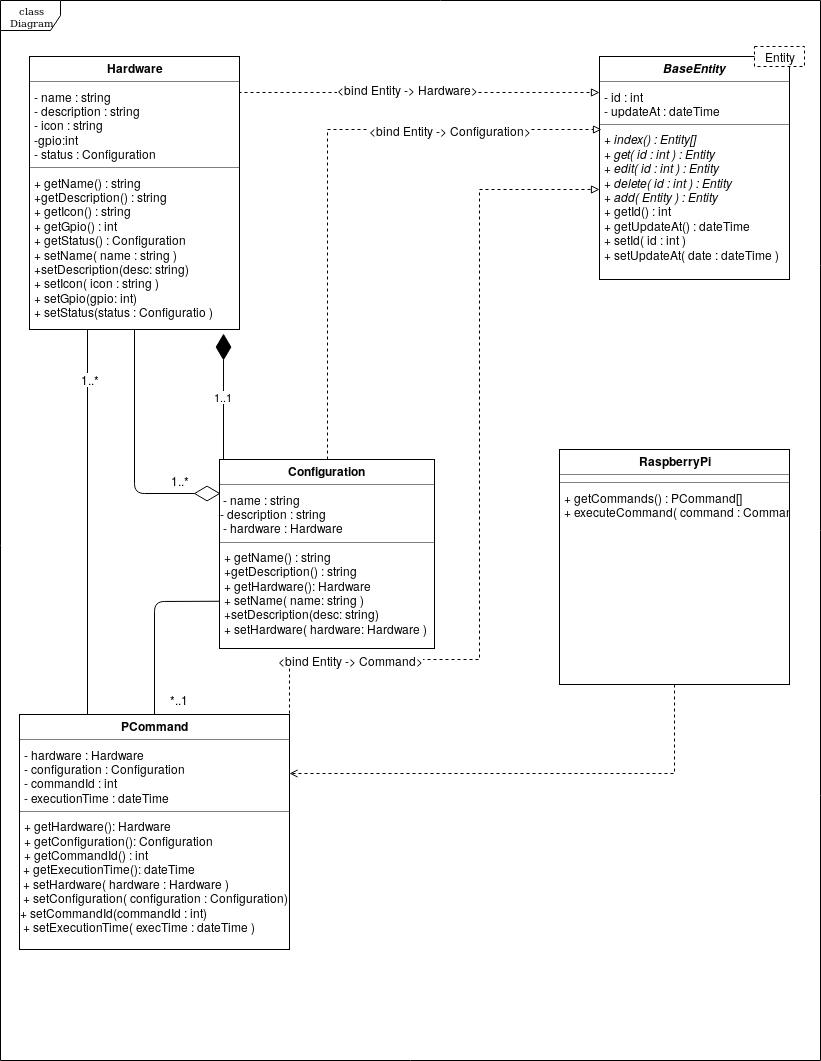
reem-codes/gp keeps this draw.io diagram as img/diagram_class2.png. Above is the earlier version. Source tidied: cells renumbered, new cells last; positions are measured from the earlier drawing's top-left corner, leaving out a move shared by most shapes. Its diagram source:
```xml
<mxGraphModel background="#ffffff">
  <root>
    <mxCell id="0" />
    <mxCell id="1" parent="0" />
    <mxCell id="2" value="class Diagram" style="shape=umlFrame;whiteSpace=wrap;html=1;rounded=0;shadow=0;comic=0;labelBackgroundColor=none;strokeColor=#000000;strokeWidth=1;fillColor=#ffffff;fontFamily=Verdana;fontSize=10;fontColor=#000000;align=center;" parent="1" vertex="1">
      <mxGeometry width="820" height="1060" as="geometry" />
    </mxCell>
    <mxCell id="3" value="&lt;p style=&quot;margin: 0px ; margin-top: 4px ; text-align: center&quot;&gt;&lt;b&gt;&lt;i&gt;BaseEntity&lt;/i&gt;&lt;/b&gt;&lt;/p&gt;&lt;hr size=&quot;1&quot;&gt;&lt;p style=&quot;margin: 0px ; margin-left: 4px&quot;&gt;- id : int&lt;br&gt;- updateAt : dateTime&lt;/p&gt;&lt;hr size=&quot;1&quot;&gt;&lt;p style=&quot;margin: 0px ; margin-left: 4px&quot;&gt;&lt;i&gt;+ index() : Entity[]&lt;br&gt;+ get( id : int ) : Entity&lt;/i&gt;&lt;/p&gt;&lt;p style=&quot;margin: 0px ; margin-left: 4px&quot;&gt;&lt;i&gt;+ edit( id : int ) : Entity&lt;/i&gt;&lt;/p&gt;&lt;p style=&quot;margin: 0px ; margin-left: 4px&quot;&gt;&lt;i&gt;+ delete( id : int ) : Entity&lt;/i&gt;&lt;/p&gt;&lt;p style=&quot;margin: 0px ; margin-left: 4px&quot;&gt;&lt;i&gt;+ add( Entity ) : Entity&lt;/i&gt;&lt;/p&gt;&lt;p style=&quot;margin: 0px ; margin-left: 4px&quot;&gt;+ getId() : int&lt;/p&gt;&lt;p style=&quot;margin: 0px ; margin-left: 4px&quot;&gt;+ getUpdateAt() : dateTime&lt;/p&gt;&lt;p style=&quot;margin: 0px ; margin-left: 4px&quot;&gt;+ setId( id : int )&lt;/p&gt;&lt;p style=&quot;margin: 0px ; margin-left: 4px&quot;&gt;+ setUpdateAt( date : dateTime )&lt;/p&gt;&lt;p style=&quot;margin: 0px ; margin-left: 4px&quot;&gt;&lt;br&gt;&lt;/p&gt;" style="verticalAlign=top;align=left;overflow=fill;fontSize=12;fontFamily=Helvetica;html=1;rounded=0;shadow=0;comic=0;labelBackgroundColor=none;strokeColor=#000000;strokeWidth=1;fillColor=#ffffff;" parent="1" vertex="1">
      <mxGeometry x="599" y="56" width="190" height="223" as="geometry" />
    </mxCell>
    <mxCell id="4" style="edgeStyle=orthogonalEdgeStyle;rounded=0;jettySize=auto;html=1;exitX=1;exitY=0.136;exitDx=0;exitDy=0;endArrow=block;endFill=0;dashed=1;exitPerimeter=0;" parent="1" edge="1" source="6">
      <mxGeometry relative="1" as="geometry">
        <mxPoint x="599" y="92" as="targetPoint" />
        <Array as="points">
          <mxPoint x="239" y="92" />
          <mxPoint x="599" y="92" />
        </Array>
      </mxGeometry>
    </mxCell>
    <mxCell id="5" value="&lt;div&gt;&amp;lt;bind Entity -&amp;gt; Hardware&amp;gt;&lt;/div&gt;" style="text;html=1;align=center;verticalAlign=middle;labelBackgroundColor=#ffffff;" parent="4" vertex="1">
      <mxGeometry x="-0.07" y="4" relative="1" as="geometry" />
    </mxCell>
    <mxCell id="6" value="&lt;p style=&quot;margin: 0px ; margin-top: 4px ; text-align: center&quot;&gt;&lt;b&gt;Hardware&lt;/b&gt;&lt;/p&gt;&lt;hr size=&quot;1&quot;&gt;&lt;p style=&quot;margin: 0px ; margin-left: 4px&quot;&gt;- name : string&lt;/p&gt;&lt;p style=&quot;margin: 0px ; margin-left: 4px&quot;&gt;- description : string&lt;/p&gt;&lt;p style=&quot;margin: 0px ; margin-left: 4px&quot;&gt;- icon : string&lt;/p&gt;&lt;p style=&quot;margin: 0px ; margin-left: 4px&quot;&gt;-gpio:int&lt;br&gt;&lt;/p&gt;&lt;p style=&quot;margin: 0px ; margin-left: 4px&quot;&gt;- status : Configuration&lt;/p&gt;&lt;hr size=&quot;1&quot;&gt;&lt;p style=&quot;margin: 0px ; margin-left: 4px&quot;&gt;+ getName() : string&lt;/p&gt;&lt;p style=&quot;margin: 0px ; margin-left: 4px&quot;&gt;+getDescription() : string&lt;/p&gt;&lt;p style=&quot;margin: 0px ; margin-left: 4px&quot;&gt;+ getIcon() : string&lt;/p&gt;&lt;p style=&quot;margin: 0px ; margin-left: 4px&quot;&gt;+ getGpio() : int&lt;br&gt;&lt;/p&gt;&lt;p style=&quot;margin: 0px ; margin-left: 4px&quot;&gt;+ getStatus() : Configuration&lt;/p&gt;&lt;p style=&quot;margin: 0px ; margin-left: 4px&quot;&gt;+ setName( name : string )&lt;/p&gt;&lt;p style=&quot;margin: 0px ; margin-left: 4px&quot;&gt;+setDescription(desc: string)&lt;/p&gt;&lt;p style=&quot;margin: 0px ; margin-left: 4px&quot;&gt;+ setIcon( icon : string )&lt;/p&gt;&lt;p style=&quot;margin: 0px ; margin-left: 4px&quot;&gt;+ setGpio(gpio: int)&lt;/p&gt;&lt;p style=&quot;margin: 0px ; margin-left: 4px&quot;&gt;+ setStatus(status : Configuratio )&lt;/p&gt;" style="verticalAlign=top;align=left;overflow=fill;fontSize=12;fontFamily=Helvetica;html=1;rounded=0;shadow=0;comic=0;labelBackgroundColor=none;strokeColor=#000000;strokeWidth=1;fillColor=#ffffff;" parent="1" vertex="1">
      <mxGeometry x="29" y="56" width="210" height="273" as="geometry" />
    </mxCell>
    <mxCell id="7" style="edgeStyle=orthogonalEdgeStyle;rounded=0;jettySize=auto;html=1;exitX=0.5;exitY=0;exitDx=0;exitDy=0;endArrow=block;endFill=0;dashed=1;" parent="1" edge="1" source="9">
      <mxGeometry relative="1" as="geometry">
        <mxPoint x="601" y="129" as="targetPoint" />
        <Array as="points">
          <mxPoint x="327" y="129" />
        </Array>
      </mxGeometry>
    </mxCell>
    <mxCell id="8" value="&lt;div&gt;&amp;lt;bind Entity -&amp;gt; Configuration&amp;gt;&lt;/div&gt;" style="text;html=1;align=center;verticalAlign=middle;labelBackgroundColor=#ffffff;" parent="7" vertex="1">
      <mxGeometry x="-0.18" y="-1" relative="1" as="geometry">
        <mxPoint x="121" y="-81" as="offset" />
      </mxGeometry>
    </mxCell>
    <mxCell id="9" value="&lt;p style=&quot;margin: 0px ; margin-top: 4px ; text-align: center&quot;&gt;&lt;b&gt;Configuration&lt;/b&gt;&lt;br&gt;&lt;/p&gt;&lt;hr size=&quot;1&quot;&gt;&lt;div&gt;&amp;nbsp;- name : string&lt;/div&gt;&lt;div&gt;- description : string&lt;br&gt;&lt;/div&gt;&lt;span&gt;&amp;nbsp;- hardware : Hardware&lt;/span&gt;&lt;br&gt;&lt;hr size=&quot;1&quot;&gt;&lt;p style=&quot;margin: 0px ; margin-left: 4px&quot;&gt;+ getName() : string&lt;/p&gt;&lt;p style=&quot;margin: 0px ; margin-left: 4px&quot;&gt;+getDescription() : string&lt;/p&gt;&lt;p style=&quot;margin: 0px ; margin-left: 4px&quot;&gt;+ getHardware(): Hardware&lt;/p&gt;&lt;p style=&quot;margin: 0px ; margin-left: 4px&quot;&gt;+ setName( name: string )&lt;/p&gt;&lt;p style=&quot;margin: 0px ; margin-left: 4px&quot;&gt;+setDescription(desc: string)&lt;/p&gt;&lt;p style=&quot;margin: 0px ; margin-left: 4px&quot;&gt;+ setHardware( hardware: Hardware )&lt;/p&gt;" style="verticalAlign=top;align=left;overflow=fill;fontSize=12;fontFamily=Helvetica;html=1;rounded=0;shadow=0;comic=0;labelBackgroundColor=none;strokeColor=#000000;strokeWidth=1;fillColor=#ffffff;" parent="1" vertex="1">
      <mxGeometry x="219" y="459" width="215" height="189" as="geometry" />
    </mxCell>
    <mxCell id="10" style="edgeStyle=orthogonalEdgeStyle;rounded=0;jettySize=auto;html=1;exitX=1;exitY=0.25;exitDx=0;exitDy=0;endArrow=block;endFill=0;dashed=1;" parent="1" edge="1" source="12" target="3">
      <mxGeometry relative="1" as="geometry">
        <Array as="points">
          <mxPoint x="289" y="659" />
          <mxPoint x="479" y="659" />
          <mxPoint x="479" y="189" />
        </Array>
      </mxGeometry>
    </mxCell>
    <mxCell id="11" value="&lt;div&gt;&amp;lt;bind Entity -&amp;gt; Command&amp;gt;&lt;/div&gt;" style="text;html=1;align=center;verticalAlign=middle;labelBackgroundColor=#ffffff;" parent="10" vertex="1">
      <mxGeometry x="-0.41" y="1" relative="1" as="geometry">
        <mxPoint x="-87" y="1" as="offset" />
      </mxGeometry>
    </mxCell>
    <mxCell id="12" value="&lt;p style=&quot;margin: 0px ; margin-top: 4px ; text-align: center&quot;&gt;&lt;b&gt;PCommand&lt;/b&gt;&lt;/p&gt;&lt;hr size=&quot;1&quot;&gt;&lt;p style=&quot;margin: 0px ; margin-left: 4px&quot;&gt;- hardware : Hardware&lt;br&gt;- configuration : Configuration&lt;/p&gt;&lt;p style=&quot;margin: 0px ; margin-left: 4px&quot;&gt;- commandId : int&lt;/p&gt;&lt;p style=&quot;margin: 0px ; margin-left: 4px&quot;&gt;- executionTime : dateTime&lt;br&gt;&lt;/p&gt;&lt;hr size=&quot;1&quot;&gt;&lt;p style=&quot;margin: 0px ; margin-left: 4px&quot;&gt;+ getHardware&lt;span&gt;(): Hardware&lt;/span&gt;&lt;/p&gt;&lt;p style=&quot;margin: 0px ; margin-left: 4px&quot;&gt;+ getConfiguration(): Configuration&lt;/p&gt;&lt;p style=&quot;margin: 0px ; margin-left: 4px&quot;&gt;+ getCommandId() : int&lt;br&gt;&lt;/p&gt;&amp;nbsp;+ getExecutionTime(): dateTime&lt;br&gt;&amp;nbsp;+ setHardware( hardware : Hardware )&lt;br&gt;&lt;div&gt;&amp;nbsp;+ setConfiguration( configuration : Configuration)&lt;/div&gt;&lt;div&gt;+ setCommandId(commandId : int)&lt;br&gt;&lt;/div&gt;&amp;nbsp;+ setExecutionTime( execTime : dateTime )" style="verticalAlign=top;align=left;overflow=fill;fontSize=12;fontFamily=Helvetica;html=1;rounded=0;shadow=0;comic=0;labelBackgroundColor=none;strokeColor=#000000;strokeWidth=1;fillColor=#ffffff;" parent="1" vertex="1">
      <mxGeometry x="19" y="714" width="270" height="235" as="geometry" />
    </mxCell>
    <mxCell id="13" style="endArrow=diamondThin;endFill=0;endSize=24;html=1;exitX=0.5;exitY=1;exitDx=0;exitDy=0;entryX=0.005;entryY=0.18;entryDx=0;entryDy=0;entryPerimeter=0;" parent="1" edge="1" source="6" target="9">
      <mxGeometry relative="1" as="geometry">
        <Array as="points">
          <mxPoint x="134" y="493" />
        </Array>
      </mxGeometry>
    </mxCell>
    <mxCell id="14" value="&lt;div&gt;1..*&lt;/div&gt;" style="text;html=1;align=center;verticalAlign=middle;labelBackgroundColor=#ffffff;" parent="13" vertex="1">
      <mxGeometry x="-0.82" y="4" relative="1" as="geometry">
        <mxPoint x="41" y="127" as="offset" />
      </mxGeometry>
    </mxCell>
    <mxCell id="15" style="endArrow=none;endFill=0;endSize=24;html=1;" parent="1" edge="1">
      <mxGeometry relative="1" as="geometry">
        <mxPoint x="87" y="329" as="sourcePoint" />
        <mxPoint x="87" y="714" as="targetPoint" />
      </mxGeometry>
    </mxCell>
    <mxCell id="16" value="&lt;div&gt;1..*&lt;/div&gt;" style="text;html=1;align=center;verticalAlign=middle;labelBackgroundColor=#ffffff;" parent="15" vertex="1">
      <mxGeometry x="-0.75" y="2" relative="1" as="geometry" />
    </mxCell>
    <mxCell id="17" style="endArrow=none;endFill=0;endSize=24;html=1;exitX=0;exitY=0.75;exitDx=0;exitDy=0;" parent="1" edge="1" source="9" target="12">
      <mxGeometry relative="1" as="geometry">
        <Array as="points">
          <mxPoint x="154" y="601" />
        </Array>
      </mxGeometry>
    </mxCell>
    <mxCell id="18" value="*..1" style="text;html=1;align=center;verticalAlign=middle;labelBackgroundColor=#ffffff;" parent="17" vertex="1">
      <mxGeometry x="-0.47" y="-1" relative="1" as="geometry">
        <mxPoint x="7" y="99" as="offset" />
      </mxGeometry>
    </mxCell>
    <mxCell id="19" value="&lt;div&gt;1..1&lt;/div&gt;" style="endArrow=diamondThin;endFill=1;endSize=24;html=1;entryX=0.924;entryY=1.015;entryDx=0;entryDy=0;entryPerimeter=0;" parent="1" edge="1" target="6">
      <mxGeometry relative="1" as="geometry">
        <mxPoint x="223" y="459" as="sourcePoint" />
      </mxGeometry>
    </mxCell>
    <mxCell id="20" value="Entity" style="rounded=0;whiteSpace=wrap;html=1;dashed=1;" parent="1" vertex="1">
      <mxGeometry x="754" y="46" width="50" height="20" as="geometry" />
    </mxCell>
    <mxCell id="21" style="edgeStyle=orthogonalEdgeStyle;rounded=0;jettySize=auto;html=1;entryX=1;entryY=0.25;entryDx=0;entryDy=0;dashed=1;endArrow=open;endFill=0;" parent="1" edge="1" source="22" target="12">
      <mxGeometry relative="1" as="geometry">
        <Array as="points">
          <mxPoint x="674" y="773" />
        </Array>
      </mxGeometry>
    </mxCell>
    <mxCell id="22" value="&lt;p style=&quot;margin: 0px ; margin-top: 4px ; text-align: center&quot;&gt;&lt;b&gt;RaspberryPi&lt;/b&gt;&lt;/p&gt;&lt;hr size=&quot;1&quot;&gt;&lt;hr size=&quot;1&quot;&gt;&lt;p style=&quot;margin: 0px ; margin-left: 4px&quot;&gt;+ getCommands() : PCommand[]&lt;/p&gt;&lt;p style=&quot;margin: 0px ; margin-left: 4px&quot;&gt;+ executeCommand( command : Command)&lt;br&gt;&lt;/p&gt;" style="verticalAlign=top;align=left;overflow=fill;fontSize=12;fontFamily=Helvetica;html=1;rounded=0;shadow=0;comic=0;labelBackgroundColor=none;strokeColor=#000000;strokeWidth=1;fillColor=#ffffff;" parent="1" vertex="1">
      <mxGeometry x="559" y="449" width="230" height="235" as="geometry" />
    </mxCell>
  </root>
</mxGraphModel>
```
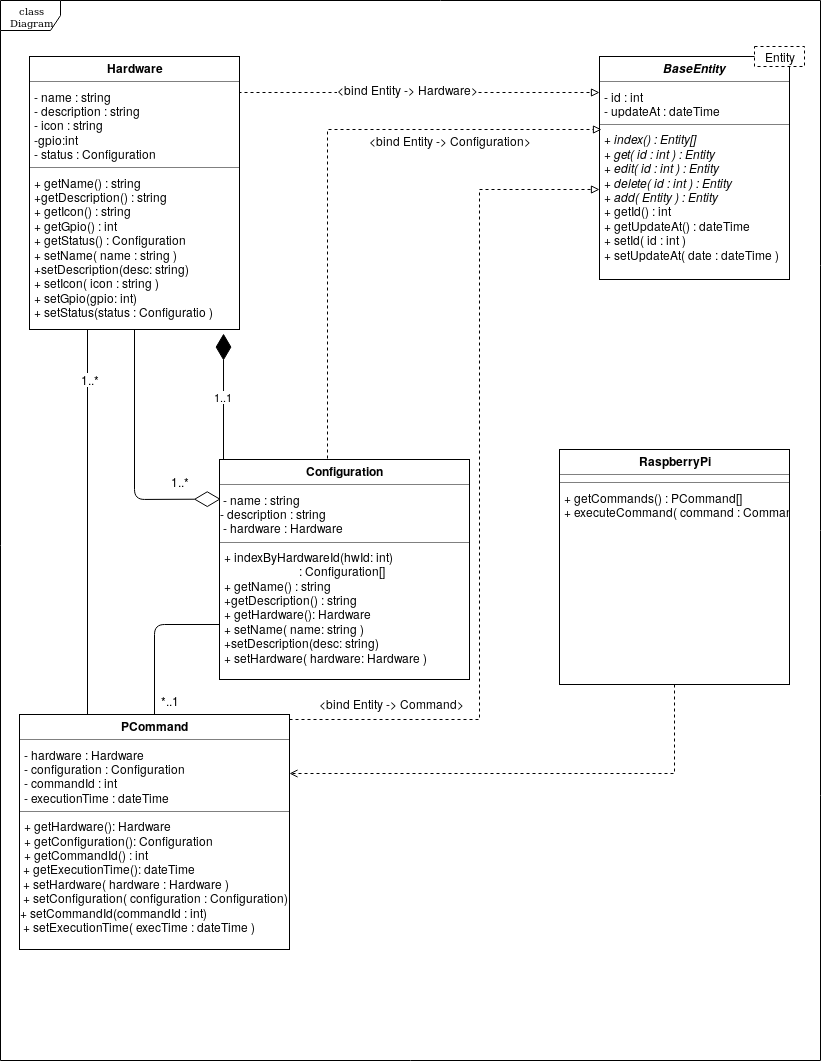
Later version of the same file.

The edit, as a diff of the source:
```diff
@@ -36,14 +36,14 @@
         <mxPoint x="121" y="-81" as="offset" />
       </mxGeometry>
     </mxCell>
-    <mxCell id="9" value="&lt;p style=&quot;margin: 0px ; margin-top: 4px ; text-align: center&quot;&gt;&lt;b&gt;Configuration&lt;/b&gt;&lt;br&gt;&lt;/p&gt;&lt;hr size=&quot;1&quot;&gt;&lt;div&gt;&amp;nbsp;- name : string&lt;/div&gt;&lt;div&gt;- description : string&lt;br&gt;&lt;/div&gt;&lt;span&gt;&amp;nbsp;- hardware : Hardware&lt;/span&gt;&lt;br&gt;&lt;hr size=&quot;1&quot;&gt;&lt;p style=&quot;margin: 0px ; margin-left: 4px&quot;&gt;+ getName() : string&lt;/p&gt;&lt;p style=&quot;margin: 0px ; margin-left: 4px&quot;&gt;+getDescription() : string&lt;/p&gt;&lt;p style=&quot;margin: 0px ; margin-left: 4px&quot;&gt;+ getHardware(): Hardware&lt;/p&gt;&lt;p style=&quot;margin: 0px ; margin-left: 4px&quot;&gt;+ setName( name: string )&lt;/p&gt;&lt;p style=&quot;margin: 0px ; margin-left: 4px&quot;&gt;+setDescription(desc: string)&lt;/p&gt;&lt;p style=&quot;margin: 0px ; margin-left: 4px&quot;&gt;+ setHardware( hardware: Hardware )&lt;/p&gt;" style="verticalAlign=top;align=left;overflow=fill;fontSize=12;fontFamily=Helvetica;html=1;rounded=0;shadow=0;comic=0;labelBackgroundColor=none;strokeColor=#000000;strokeWidth=1;fillColor=#ffffff;" parent="1" vertex="1">
-      <mxGeometry x="219" y="459" width="215" height="189" as="geometry" />
+    <mxCell id="9" value="&lt;p style=&quot;margin: 0px ; margin-top: 4px ; text-align: center&quot;&gt;&lt;b&gt;Configuration&lt;/b&gt;&lt;br&gt;&lt;/p&gt;&lt;hr size=&quot;1&quot;&gt;&lt;div&gt;&amp;nbsp;- name : string&lt;/div&gt;&lt;div&gt;- description : string&lt;br&gt;&lt;/div&gt;&lt;span&gt;&amp;nbsp;- hardware : Hardware&lt;/span&gt;&lt;br&gt;&lt;hr size=&quot;1&quot;&gt;&lt;p style=&quot;margin: 0px ; margin-left: 4px&quot;&gt;+ indexByHardwareId(hwId: int)&lt;/p&gt;&lt;p style=&quot;margin: 0px ; margin-left: 4px&quot;&gt;&amp;nbsp;&amp;nbsp;&amp;nbsp;&amp;nbsp;&amp;nbsp;&amp;nbsp;&amp;nbsp;&amp;nbsp;&amp;nbsp;&amp;nbsp;&amp;nbsp;&amp;nbsp;&amp;nbsp;&amp;nbsp;&amp;nbsp;&amp;nbsp;&amp;nbsp;&amp;nbsp;&amp;nbsp;&amp;nbsp;&amp;nbsp;&amp;nbsp;&amp;nbsp;&amp;nbsp; : Configuration[]&lt;br&gt;&lt;/p&gt;&lt;p style=&quot;margin: 0px ; margin-left: 4px&quot;&gt;+ getName() : string&lt;/p&gt;&lt;p style=&quot;margin: 0px ; margin-left: 4px&quot;&gt;+getDescription() : string&lt;/p&gt;&lt;p style=&quot;margin: 0px ; margin-left: 4px&quot;&gt;+ getHardware(): Hardware&lt;/p&gt;&lt;p style=&quot;margin: 0px ; margin-left: 4px&quot;&gt;+ setName( name: string )&lt;/p&gt;&lt;p style=&quot;margin: 0px ; margin-left: 4px&quot;&gt;+setDescription(desc: string)&lt;/p&gt;&lt;p style=&quot;margin: 0px ; margin-left: 4px&quot;&gt;+ setHardware( hardware: Hardware )&lt;/p&gt;" style="verticalAlign=top;align=left;overflow=fill;fontSize=12;fontFamily=Helvetica;html=1;rounded=0;shadow=0;comic=0;labelBackgroundColor=none;strokeColor=#000000;strokeWidth=1;fillColor=#ffffff;" parent="1" vertex="1">
+      <mxGeometry x="219" y="459" width="250" height="220" as="geometry" />
     </mxCell>
     <mxCell id="10" style="edgeStyle=orthogonalEdgeStyle;rounded=0;jettySize=auto;html=1;exitX=1;exitY=0.25;exitDx=0;exitDy=0;endArrow=block;endFill=0;dashed=1;" parent="1" edge="1" source="12" target="3">
       <mxGeometry relative="1" as="geometry">
         <Array as="points">
-          <mxPoint x="289" y="659" />
-          <mxPoint x="479" y="659" />
+          <mxPoint x="289" y="719" />
+          <mxPoint x="479" y="719" />
           <mxPoint x="479" y="189" />
         </Array>
       </mxGeometry>
@@ -59,7 +59,7 @@
     <mxCell id="13" style="endArrow=diamondThin;endFill=0;endSize=24;html=1;exitX=0.5;exitY=1;exitDx=0;exitDy=0;entryX=0.005;entryY=0.18;entryDx=0;entryDy=0;entryPerimeter=0;" parent="1" edge="1" source="6" target="9">
       <mxGeometry relative="1" as="geometry">
         <Array as="points">
-          <mxPoint x="134" y="493" />
+          <mxPoint x="134" y="499" />
         </Array>
       </mxGeometry>
     </mxCell>
@@ -80,13 +80,13 @@
     <mxCell id="17" style="endArrow=none;endFill=0;endSize=24;html=1;exitX=0;exitY=0.75;exitDx=0;exitDy=0;" parent="1" edge="1" source="9" target="12">
       <mxGeometry relative="1" as="geometry">
         <Array as="points">
-          <mxPoint x="154" y="601" />
+          <mxPoint x="154" y="624" />
         </Array>
       </mxGeometry>
     </mxCell>
     <mxCell id="18" value="*..1" style="text;html=1;align=center;verticalAlign=middle;labelBackgroundColor=#ffffff;" parent="17" vertex="1">
       <mxGeometry x="-0.47" y="-1" relative="1" as="geometry">
-        <mxPoint x="7" y="99" as="offset" />
+        <mxPoint x="-9" y="76" as="offset" />
       </mxGeometry>
     </mxCell>
     <mxCell id="19" value="&lt;div&gt;1..1&lt;/div&gt;" style="endArrow=diamondThin;endFill=1;endSize=24;html=1;entryX=0.924;entryY=1.015;entryDx=0;entryDy=0;entryPerimeter=0;" parent="1" edge="1" target="6">
```
